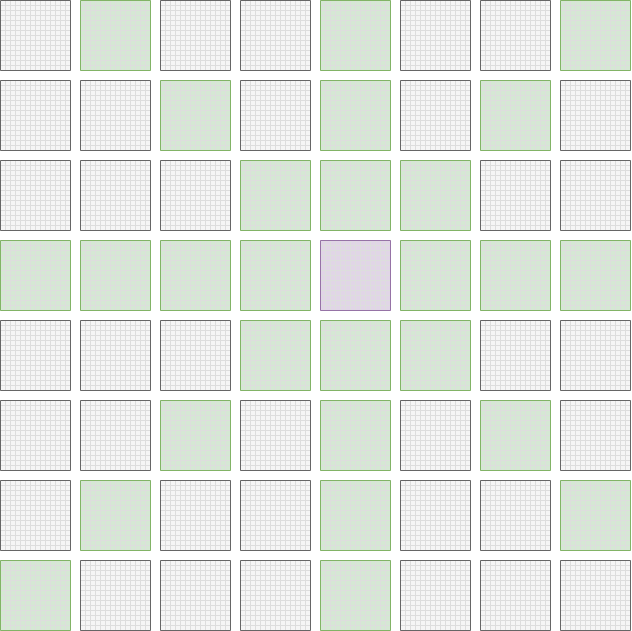
Earlier version of the draw.io export exercises/images/wizard_attack.png (DockYard-Academy/curriculum). Source tidied: cells renumbered, new cells last; positions are measured from the earlier drawing's top-left corner, leaving out a move shared by most shapes.
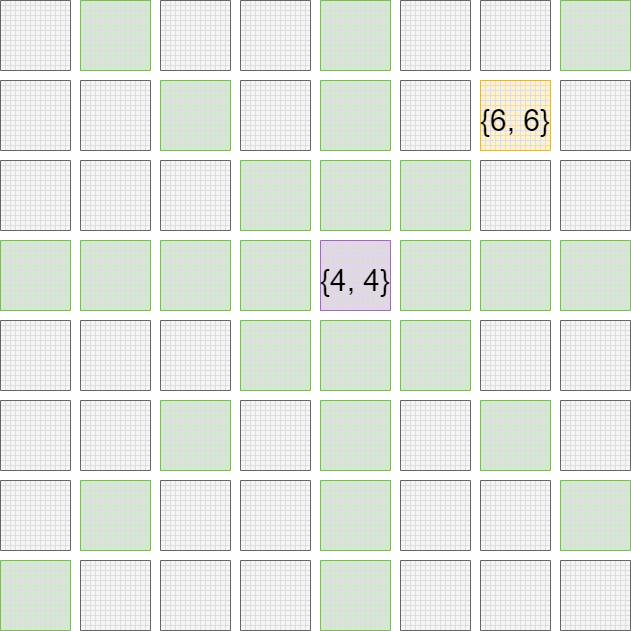
After the change.

Change to the diagram source:
```diff
@@ -32,7 +32,7 @@
     <mxCell id="11" style="verticalLabelPosition=bottom;verticalAlign=top;html=1;shape=mxgraph.basic.patternFillRect;fillStyle=grid;step=5;fillStrokeWidth=0.2;fillStrokeColor=#dddddd;fontSize=27;fillColor=#f5f5f5;fontColor=#333333;strokeColor=#666666;" parent="1" vertex="1">
       <mxGeometry x="400" y="80" width="70" height="70" as="geometry" />
     </mxCell>
-    <mxCell id="12" style="verticalLabelPosition=bottom;verticalAlign=top;html=1;shape=mxgraph.basic.patternFillRect;fillStyle=grid;step=5;fillStrokeWidth=0.2;fillStrokeColor=#dddddd;fontSize=27;fillColor=#d5e8d4;strokeColor=#82b366;" parent="1" vertex="1">
+    <mxCell id="12" style="verticalLabelPosition=bottom;verticalAlign=top;html=1;shape=mxgraph.basic.patternFillRect;fillStyle=grid;step=5;fillStrokeWidth=0.2;fillStrokeColor=#dddddd;fontSize=27;fillColor=#fff2cc;strokeColor=#d6b656;" parent="1" vertex="1">
       <mxGeometry x="480" y="80" width="70" height="70" as="geometry" />
     </mxCell>
     <mxCell id="13" style="verticalLabelPosition=bottom;verticalAlign=top;html=1;shape=mxgraph.basic.patternFillRect;fillStyle=grid;step=5;fillStrokeWidth=0.2;fillStrokeColor=#dddddd;fontSize=27;fillColor=#f5f5f5;fontColor=#333333;strokeColor=#666666;" parent="1" vertex="1">
@@ -194,5 +194,11 @@
     <mxCell id="65" style="verticalLabelPosition=bottom;verticalAlign=top;html=1;shape=mxgraph.basic.patternFillRect;fillStyle=grid;step=5;fillStrokeWidth=0.2;fillStrokeColor=#dddddd;fontSize=27;fillColor=#d5e8d4;strokeColor=#82b366;" parent="1" vertex="1">
       <mxGeometry x="560" y="480" width="70" height="70" as="geometry" />
     </mxCell>
+    <mxCell id="66" value="&lt;font style=&quot;font-size: 30px&quot;&gt;{6, 6}&lt;/font&gt;" style="text;html=1;strokeColor=none;fillColor=none;align=center;verticalAlign=middle;whiteSpace=wrap;rounded=0;fontSize=46;" parent="1" vertex="1">
+      <mxGeometry x="470" y="100" width="90" height="30" as="geometry" />
+    </mxCell>
+    <mxCell id="67" value="&lt;font style=&quot;font-size: 30px&quot;&gt;{4, 4}&lt;/font&gt;" style="text;html=1;strokeColor=none;fillColor=none;align=center;verticalAlign=middle;whiteSpace=wrap;rounded=0;fontSize=46;" parent="1" vertex="1">
+      <mxGeometry x="310" y="260" width="90" height="30" as="geometry" />
+    </mxCell>
   </root>
 </mxGraphModel>
```
